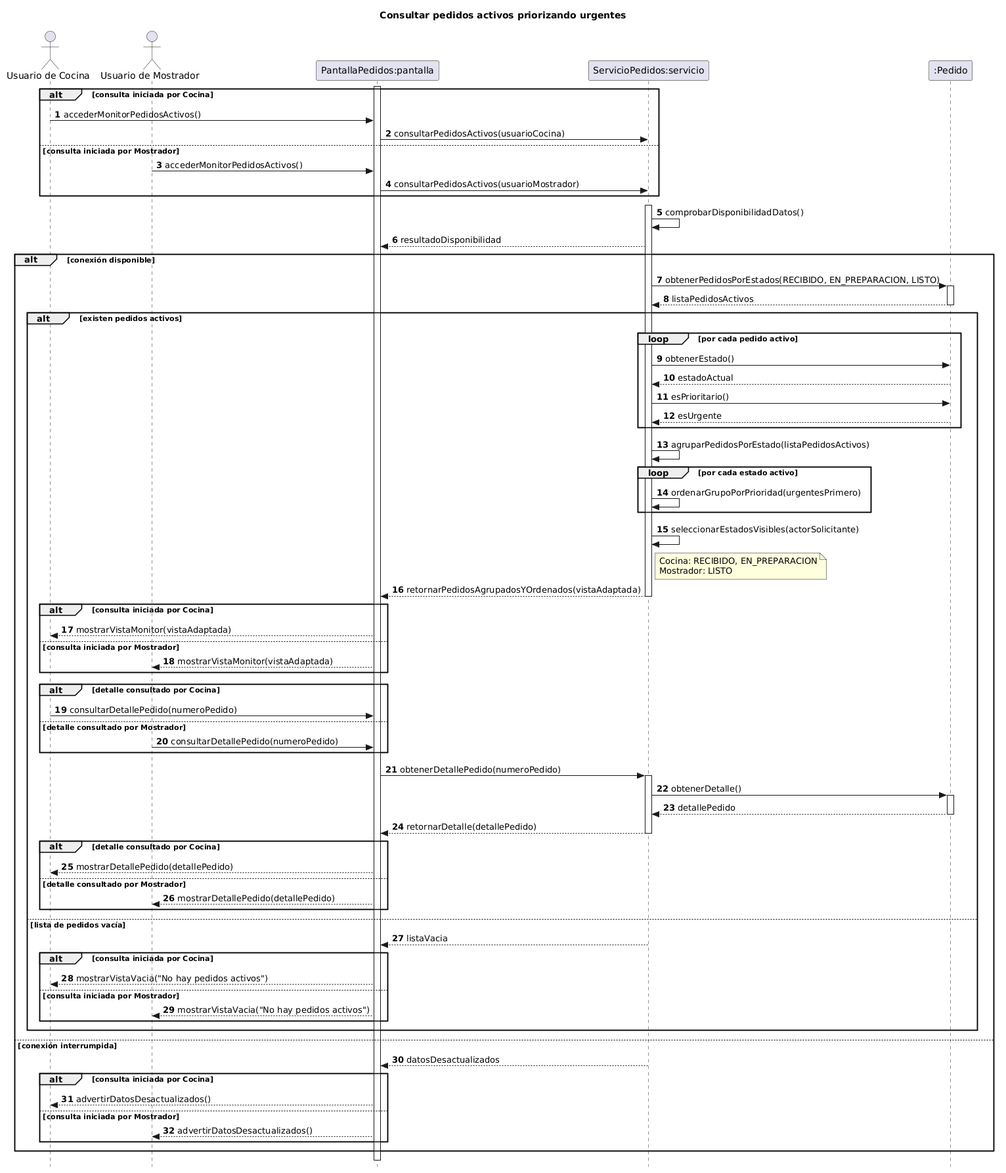
This is diagramas/05-diagramas-secuencia/05-secuencia-consultar-pedidos-activos-prioridad-urgentes-05.png from eloeyhe/SistemaPedidos, a PlantUML export, as it was before one commit.
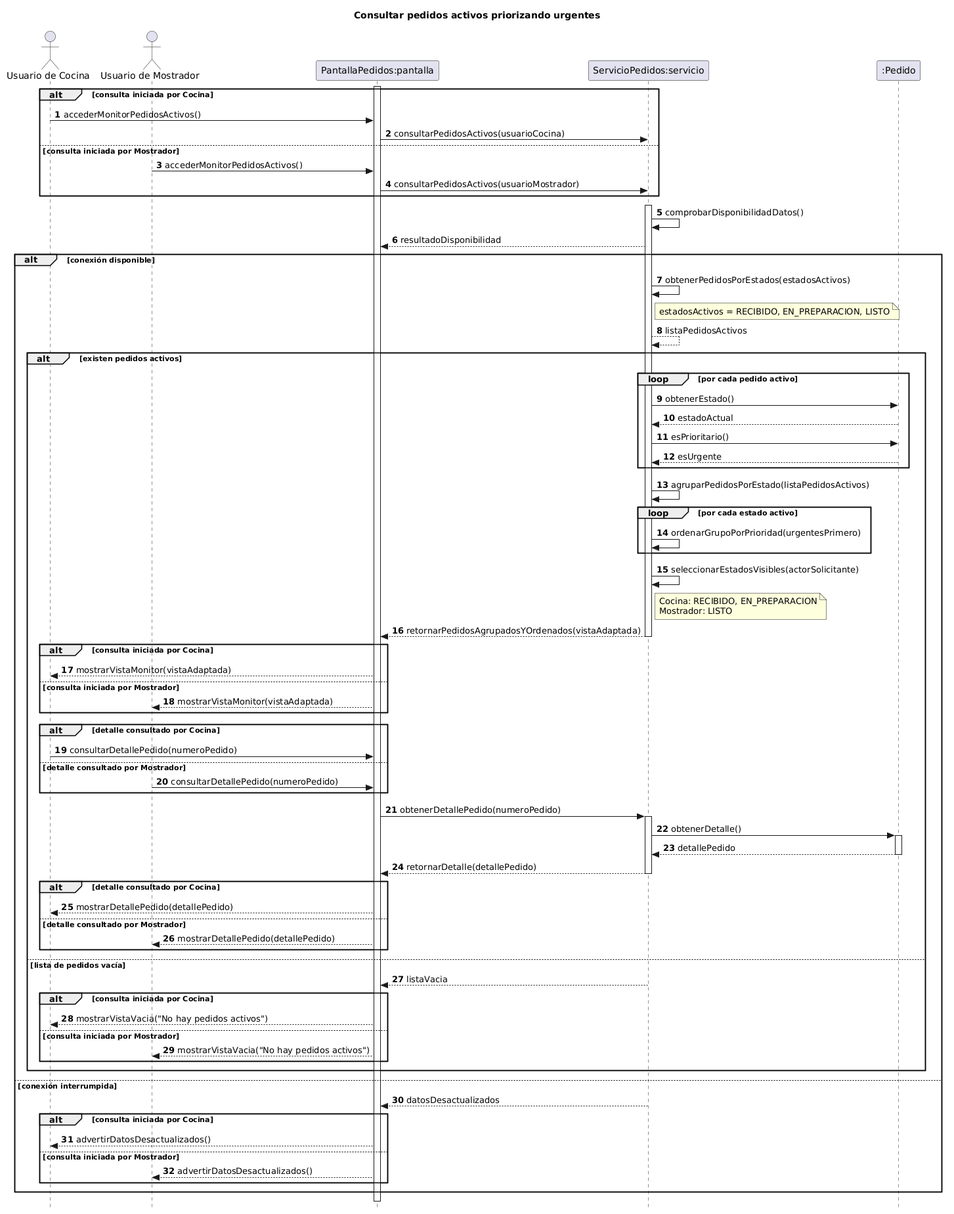
Above is the later version.

Change to the diagram source:
```diff
@@ -25,10 +25,11 @@
 servicio --> pantalla : resultadoDisponibilidad
 
 alt conexión disponible
-    servicio -> pedido : obtenerPedidosPorEstados(RECIBIDO, EN_PREPARACION, LISTO)
-    activate pedido
-    pedido --> servicio : listaPedidosActivos
-    deactivate pedido
+    servicio -> servicio : obtenerPedidosPorEstados(estadosActivos)
+    note right of servicio
+      estadosActivos = RECIBIDO, EN_PREPARACION, LISTO
+    end note
+    servicio --> servicio : listaPedidosActivos
 
     alt existen pedidos activos
         loop por cada pedido activo
```
